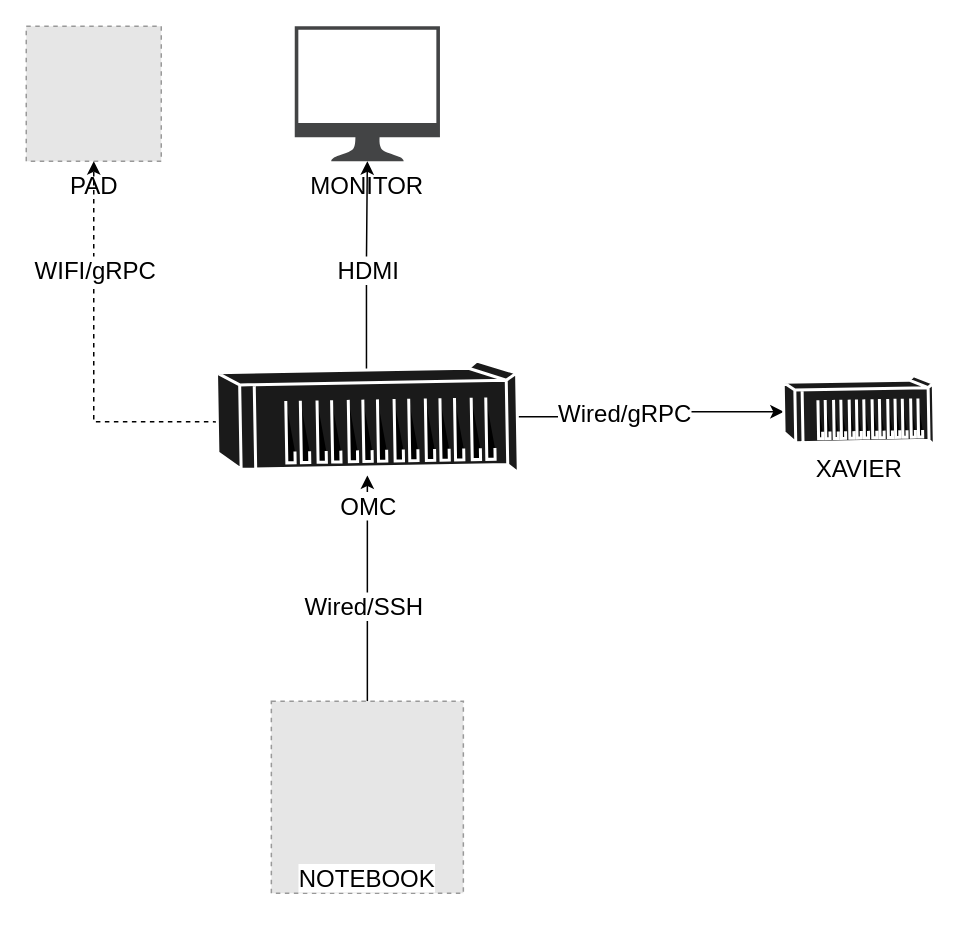
Earlier version of the draw.io diagram Vantage.drawio (Flhawker/Flow). Source tidied: cells renumbered, new cells numbered last; positions are measured from the earlier drawing's top-left corner, leaving out a move shared by most shapes. Both pictures are drawn from the tidied source at 150%, with x=0, y=0 at pixel (26, 26). Pictures stored in the file or linked from it are replaced by grey dashed boxes.
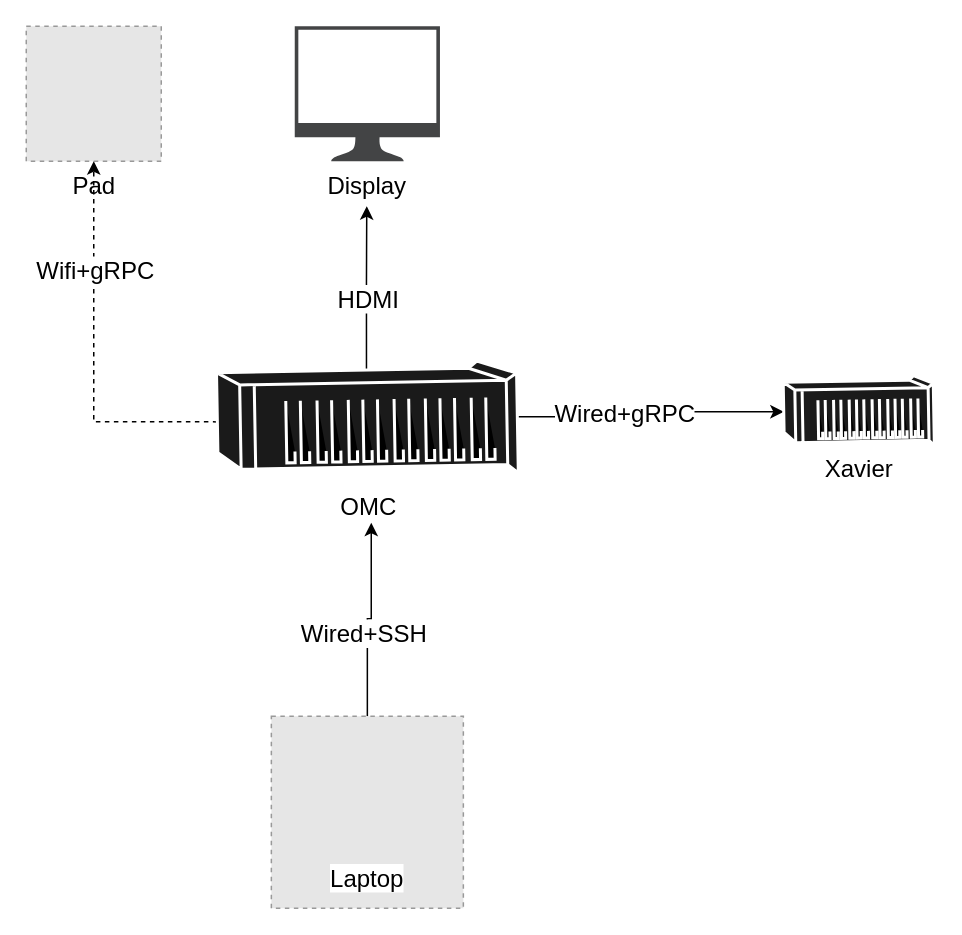
The same diagram, later.

Unchanged cells that the change refers to:
```xml
<mxCell id="9" style="edgeStyle=orthogonalEdgeStyle;rounded=0;jettySize=auto;html=1;exitX=0.5;exitY=0;exitDx=0;exitDy=0;exitPerimeter=0;entryX=0.5;entryY=1;entryDx=0;entryDy=0;dashed=1;" parent="1" edge="1" source="13" target="5">
  <mxGeometry relative="1" as="geometry">
    <Array as="points">
      <mxPoint x="128" y="263" />
      <mxPoint x="45" y="263" />
    </Array>
  </mxGeometry>
</mxCell>
<mxCell id="11" style="edgeStyle=orthogonalEdgeStyle;rounded=0;jettySize=auto;html=1;exitX=0.5;exitY=1;exitDx=0;exitDy=0;exitPerimeter=0;fontFamily=Helvetica;fontSize=24;fontColor=#000000;" parent="1" edge="1" source="13" target="15">
  <mxGeometry relative="1" as="geometry" />
</mxCell>
<mxCell id="13" style="shape=mxgraph.cisco.computers_and_peripherals.ibm_tower;html=1;dashed=0;strokeColor=#ffffff;strokeWidth=2;verticalLabelPosition=bottom;verticalAlign=top;align=center;outlineConnect=0;rotation=-91;fillColor=#1A1A1A;" parent="1" vertex="1">
  <mxGeometry x="189.9" y="162" width="75" height="200" as="geometry" />
</mxCell>
<mxCell id="14" value="OMC" style="text;html=1;align=center;verticalAlign=middle;points=[];fontSize=16;fontFamily=Helvetica;fontStyle=0;labelBackgroundColor=#ffffff;" parent="1" vertex="1">
  <mxGeometry x="203.4" y="310" width="50" height="20" as="geometry" />
</mxCell>
```

What changed in the source:
```diff
@@
-    <mxCell id="2" style="edgeStyle=orthogonalEdgeStyle;rounded=0;jettySize=auto;html=1;exitX=0.5;exitY=0;exitDx=0;exitDy=0;fontSize=16;" parent="1" edge="1" source="4" target="13">
+    <mxCell id="2" style="edgeStyle=orthogonalEdgeStyle;rounded=0;jettySize=auto;html=1;exitX=0.5;exitY=0;exitDx=0;exitDy=0;fontSize=16;entryX=0.532;entryY=1.05;entryDx=0;entryDy=0;entryPerimeter=0;" parent="1" edge="1" source="4" target="14">
       <mxGeometry relative="1" as="geometry" />
     </mxCell>
-    <mxCell id="3" value="Wired/SSH" style="edgeLabel;html=1;align=center;verticalAlign=middle;fontSize=16;fontFamily=Helvetica;fontColor=#000000;" parent="2" vertex="1">
+    <mxCell id="3" value="Wired+SSH" style="edgeLabel;html=1;align=center;verticalAlign=middle;fontSize=16;fontFamily=Helvetica;fontColor=#000000;" parent="2" vertex="1">
       <mxGeometry x="-0.15" y="3" relative="1" as="geometry" />
     </mxCell>
     <mxCell id="4" style="fillColor=#E6E6E6;strokeColor=#999999;dashed=1;html=1;verticalAlign=top;verticalLabelPosition=bottom;labelBackgroundColor=#ffffff;fontSize=16;spacing=0;" parent="1" vertex="1">
-      <mxGeometry x="163.4" y="450" width="128" height="128" as="geometry" />
+      <mxGeometry x="163.4" y="460" width="128" height="128" as="geometry" />
     </mxCell>
-    <mxCell id="5" value="&lt;span style=&quot;font-size: 16px&quot;&gt;PAD&lt;/span&gt;" style="fillColor=#E6E6E6;strokeColor=#999999;dashed=1;html=1;verticalAlign=top;verticalLabelPosition=bottom;labelBackgroundColor=#ffffff;" parent="1" vertex="1">
+    <mxCell id="5" value="&lt;span style=&quot;font-size: 16px&quot;&gt;Pad&lt;/span&gt;" style="fillColor=#E6E6E6;strokeColor=#999999;dashed=1;html=1;verticalAlign=top;verticalLabelPosition=bottom;labelBackgroundColor=#ffffff;" parent="1" vertex="1">
       <mxGeometry width="90" height="90" as="geometry" />
     </mxCell>
-    <mxCell id="6" value="MONITOR" style="shadow=0;dashed=0;html=1;strokeColor=none;fillColor=#434445;labelPosition=center;verticalLabelPosition=bottom;verticalAlign=top;align=center;outlineConnect=0;shape=mxgraph.vvd.monitor;fontSize=16;" parent="1" vertex="1">
+    <mxCell id="6" value="Display" style="shadow=0;dashed=0;html=1;strokeColor=none;fillColor=#434445;labelPosition=center;verticalLabelPosition=bottom;verticalAlign=top;align=center;outlineConnect=0;shape=mxgraph.vvd.monitor;fontSize=16;" parent="1" vertex="1">
       <mxGeometry x="179" width="96.8" height="90" as="geometry" />
     </mxCell>
-    <mxCell id="7" style="edgeStyle=orthogonalEdgeStyle;rounded=0;jettySize=auto;html=1;exitX=0.94;exitY=0.5;exitDx=0;exitDy=0;exitPerimeter=0;fontSize=16;" parent="1" edge="1" source="13" target="6">
-      <mxGeometry relative="1" as="geometry" />
+    <mxCell id="7" style="edgeStyle=orthogonalEdgeStyle;rounded=0;jettySize=auto;html=1;exitX=0.94;exitY=0.5;exitDx=0;exitDy=0;exitPerimeter=0;fontSize=16;" parent="1" edge="1" source="13">
+      <mxGeometry relative="1" as="geometry">
+        <mxPoint x="227" y="120" as="targetPoint" />
+      </mxGeometry>
     </mxCell>
@@
-    <mxCell id="10" value="WIFI/gRPC" style="edgeLabel;html=1;align=center;verticalAlign=middle;fontSize=16;" parent="9" vertex="1">
+    <mxCell id="10" value="Wifi+gRPC" style="edgeLabel;html=1;align=center;verticalAlign=middle;fontSize=16;" parent="9" vertex="1">
       <mxGeometry x="-0.28" relative="1" as="geometry">
         <mxPoint y="-92.1" as="offset" />
       </mxGeometry>
     </mxCell>
@@
-    <mxCell id="12" value="Wired/gRPC" style="edgeLabel;html=1;align=center;verticalAlign=middle;fontSize=16;fontFamily=Helvetica;fontColor=#000000;" parent="11" vertex="1">
+    <mxCell id="12" value="Wired+gRPC" style="edgeLabel;html=1;align=center;verticalAlign=middle;fontSize=16;fontFamily=Helvetica;fontColor=#000000;" parent="11" vertex="1">
       <mxGeometry x="-0.21" y="3" relative="1" as="geometry" />
     </mxCell>
@@
-    <mxCell id="16" value="XAVIER" style="text;html=1;align=center;verticalAlign=middle;fontSize=16;fontFamily=Helvetica;fontStyle=0;labelBackgroundColor=#ffffff;" parent="1" vertex="1">
-      <mxGeometry x="520" y="285" width="70" height="20" as="geometry" />
+    <mxCell id="16" value="Xavier" style="text;html=1;align=center;verticalAlign=middle;fontSize=16;fontFamily=Helvetica;fontStyle=0;labelBackgroundColor=#ffffff;" parent="1" vertex="1">
+      <mxGeometry x="525" y="285" width="60" height="20" as="geometry" />
     </mxCell>
-    <mxCell id="17" value="NOTEBOOK" style="text;html=1;align=center;verticalAlign=middle;fontSize=16;fontFamily=Helvetica;fontStyle=0;labelBackgroundColor=#ffffff;" parent="1" vertex="1">
-      <mxGeometry x="177.4" y="558" width="100" height="20" as="geometry" />
+    <mxCell id="17" value="Laptop" style="text;html=1;align=center;verticalAlign=middle;fontSize=16;fontFamily=Helvetica;fontStyle=0;labelBackgroundColor=#ffffff;" parent="1" vertex="1">
+      <mxGeometry x="192.4" y="558" width="70" height="20" as="geometry" />
     </mxCell>
```
